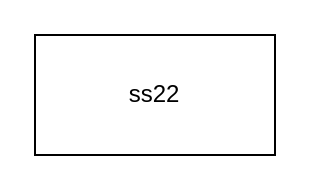
This is 未命名绘图.drawio from harlansgithub/start, a draw.io file, before an edit. Source tidied: cells renumbered, new cells numbered last; positions are measured from the earlier drawing's top-left corner, leaving out a move shared by most shapes. Both pictures are drawn from the tidied source at 200%, with x=0, y=0 at pixel (34, 34).
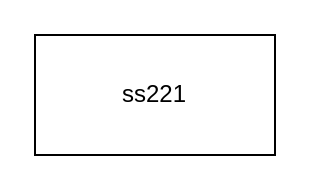
The same page after the edit.

The edit, as a diff of the source:
```diff
@@
 <mxGraphModel>
   <root>
     <mxCell id="0" />
     <mxCell id="1" parent="0" />
-    <mxCell id="2" value="ss22" style="rounded=0;whiteSpace=wrap;html=1;" parent="1" vertex="1">
+    <mxCell id="2" value="ss221" style="rounded=0;whiteSpace=wrap;html=1;" parent="1" vertex="1">
       <mxGeometry width="120" height="60" as="geometry" />
     </mxCell>
   </root>
 </mxGraphModel>
```
